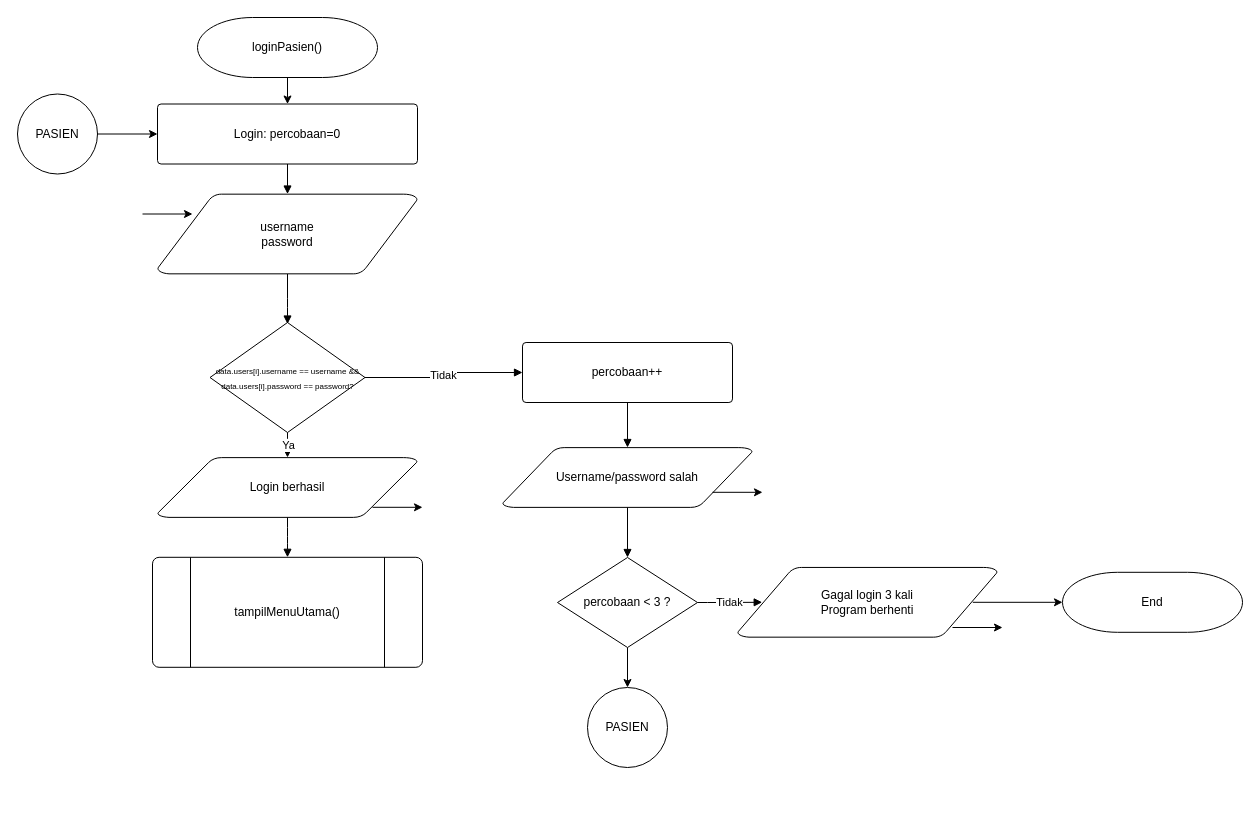
Earlier version of the draw.io diagram page "login-pasien" (3 of 13) of flowchart/semuanyadrawio.drawio (asyaress/pa-aplikasi-sleep-monitoring). Source tidied: cells renumbered, new cells numbered last; positions are measured from the earlier drawing's top-left corner, leaving out a move shared by most shapes. Both pictures are drawn from the tidied source at 100%, with x=0, y=0 at pixel (17, 17).
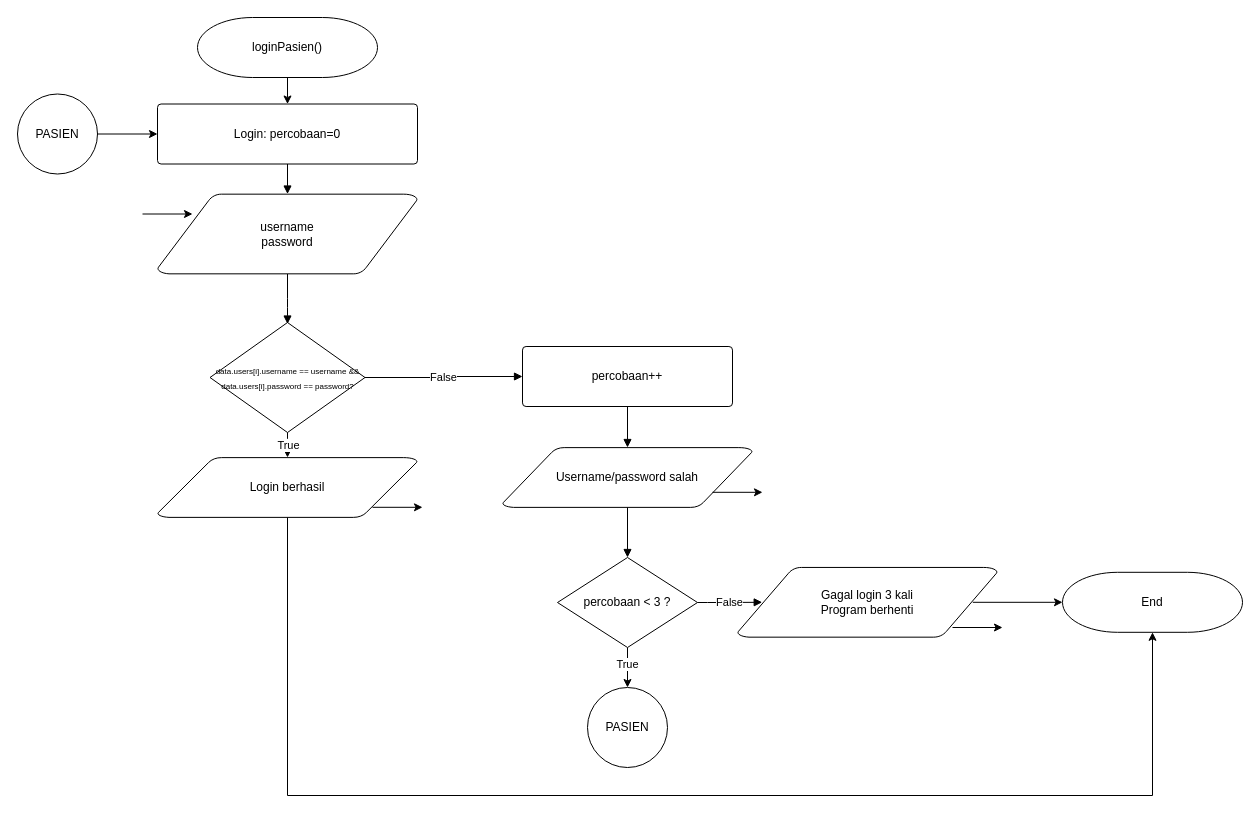
The same diagram, later.

The change refers to these unchanged cells:
```xml
<mxCell id="4" value="&lt;font style=&quot;font-size: 8px;&quot;&gt;data.users[i].username == username &amp;amp;&amp;amp; data.users[i].password == password?&lt;/font&gt;" style="shape=mxgraph.flowchart.decision;whiteSpace=wrap;html=1;" parent="1" vertex="1">
  <mxGeometry x="192.5" y="305" width="155" height="110" as="geometry" />
</mxCell>
<mxCell id="5" value="Login berhasil" style="shape=mxgraph.flowchart.data;whiteSpace=wrap;html=1;" parent="1" vertex="1">
  <mxGeometry x="140" y="440" width="260" height="60" as="geometry" />
</mxCell>
<mxCell id="8" style="edgeStyle=orthogonalEdgeStyle;rounded=0;jettySize=auto;html=1;entryX=0.5;entryY=0;entryDx=0;entryDy=0;" parent="1" edge="1" source="9" target="21">
  <mxGeometry relative="1" as="geometry" />
</mxCell>
<mxCell id="9" value="percobaan &lt; 3 ?" style="shape=mxgraph.flowchart.decision;whiteSpace=wrap;html=1;" parent="1" vertex="1">
  <mxGeometry x="540" y="540" width="140" height="90" as="geometry" />
</mxCell>
<mxCell id="11" value="Gagal login 3 kali&lt;br&gt;Program berhenti" style="shape=mxgraph.flowchart.data;whiteSpace=wrap;html=1;" parent="1" vertex="1">
  <mxGeometry x="720" y="549.8" width="260" height="70" as="geometry" />
</mxCell>
<mxCell id="33" value="End" style="shape=mxgraph.flowchart.terminator;whiteSpace=wrap;html=1;" parent="1" vertex="1">
  <mxGeometry x="1045" y="554.8" width="180" height="60" as="geometry" />
</mxCell>
```

The edit, as a diff of the source:
```diff
@@
     <mxCell id="6" value="percobaan++" style="shape=mxgraph.flowchart.process;whiteSpace=wrap;html=1;" parent="1" vertex="1">
-      <mxGeometry x="505" y="325" width="210" height="60" as="geometry" />
+      <mxGeometry x="505" y="329" width="210" height="60" as="geometry" />
     </mxCell>
@@
+    <mxCell id="34" value="True" style="edgeLabel;html=1;align=center;verticalAlign=middle;" parent="8" vertex="1">
+      <mxGeometry x="-0.19" y="-1" relative="1" as="geometry" />
+    </mxCell>
@@
-    <mxCell id="14" value="Ya" style="edgeStyle=orthogonalEdgeStyle;html=1;endArrow=block;" parent="1" edge="1" source="4">
+    <mxCell id="14" value="True" style="edgeStyle=orthogonalEdgeStyle;html=1;endArrow=block;" parent="1" edge="1" source="4">
       <mxGeometry relative="1" as="geometry">
         <mxPoint x="270" y="440" as="targetPoint" />
       </mxGeometry>
     </mxCell>
-    <mxCell id="15" style="edgeStyle=orthogonalEdgeStyle;html=1;endArrow=block;" parent="1" edge="1" source="5">
-      <mxGeometry relative="1" as="geometry">
-        <mxPoint x="270" y="539.8" as="targetPoint" />
-      </mxGeometry>
-    </mxCell>
-    <mxCell id="16" value="Tidak" style="edgeStyle=orthogonalEdgeStyle;html=1;endArrow=block;" parent="1" edge="1" source="4" target="6">
+    <mxCell id="16" value="False" style="edgeStyle=orthogonalEdgeStyle;html=1;endArrow=block;" parent="1" edge="1" source="4" target="6">
       <mxGeometry relative="1" as="geometry" />
     </mxCell>
@@
-    <mxCell id="19" value="Tidak" style="edgeStyle=orthogonalEdgeStyle;html=1;endArrow=block;entryX=0.095;entryY=0.5;entryDx=0;entryDy=0;entryPerimeter=0;" parent="1" edge="1" source="9" target="11">
+    <mxCell id="19" value="False" style="edgeStyle=orthogonalEdgeStyle;html=1;endArrow=block;entryX=0.095;entryY=0.5;entryDx=0;entryDy=0;entryPerimeter=0;" parent="1" edge="1" source="9" target="11">
       <mxGeometry relative="1" as="geometry" />
     </mxCell>
@@
-    <mxCell id="28" style="group;" parent="1" vertex="1">
-      <mxGeometry x="135" y="539.8" width="270" height="110" as="geometry" />
-    </mxCell>
-    <mxCell id="29" style="group;" parent="28" vertex="1">
-      <mxGeometry width="270" height="110" as="geometry" />
-    </mxCell>
-    <mxCell id="30" style="verticalLabelPosition=bottom;verticalAlign=top;html=1;shape=process;whiteSpace=wrap;rounded=1;size=0.14;arcSize=6;align=center;" parent="29" vertex="1">
-      <mxGeometry width="270" height="110" as="geometry" />
-    </mxCell>
-    <mxCell id="31" value="tampilMenuUtama()" style="text;html=1;align=center;verticalAlign=middle;whiteSpace=wrap;rounded=0;" parent="29" vertex="1">
-      <mxGeometry x="89.7" y="39.3" width="89.7" height="31.4" as="geometry" />
-    </mxCell>
@@
+    <mxCell id="35" style="edgeStyle=orthogonalEdgeStyle;rounded=0;jettySize=auto;html=1;entryX=0.5;entryY=1;entryDx=0;entryDy=0;entryPerimeter=0;" parent="1" edge="1" source="5" target="33">
+      <mxGeometry relative="1" as="geometry">
+        <Array as="points">
+          <mxPoint x="270" y="778" />
+          <mxPoint x="1135" y="778" />
+        </Array>
+      </mxGeometry>
+    </mxCell>
```
